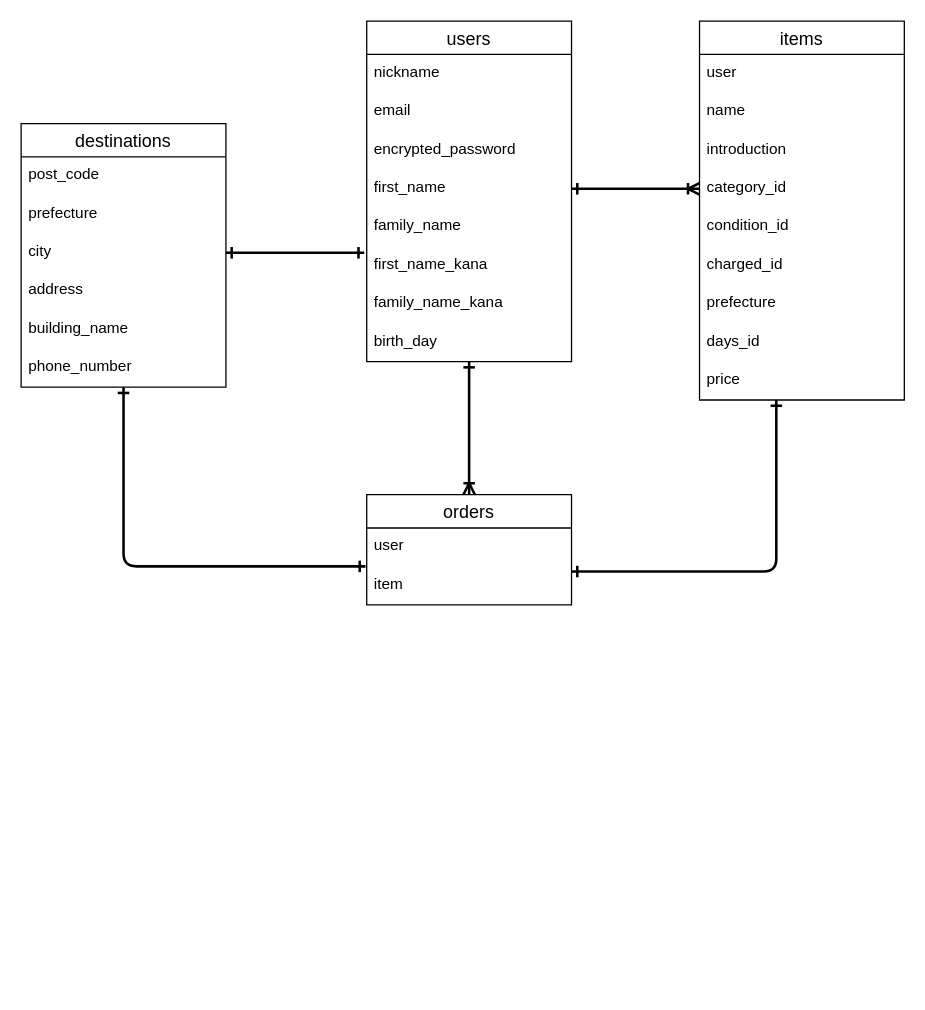
This is furima-39067.dio from nohohon1820/furima-39067, a draw.io file, before an edit. Source tidied: cells renumbered, new cells numbered last; positions are measured from the earlier drawing's top-left corner, leaving out a move shared by most shapes. Both pictures are drawn from the tidied source at 128%, with x=0, y=0 at pixel (20, 20).
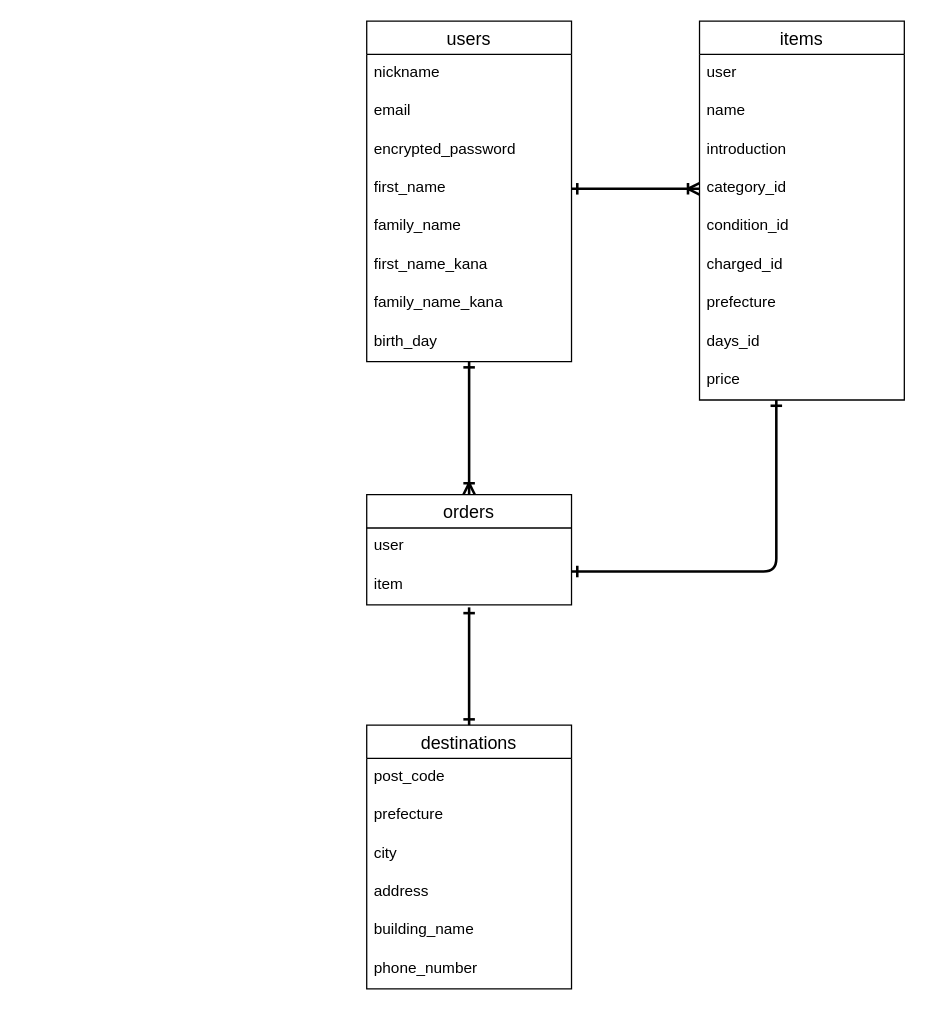
Above is the later version.

Commit message (it also covers changes not shown here):
データベース設計　修正４

The change refers to these unchanged cells:
```xml
<mxCell id="8" value="first_name_kana" style="text;strokeColor=none;fillColor=none;spacingLeft=4;spacingRight=4;overflow=hidden;points=[[0,0.5],[1,0.5]];portConstraint=eastwest;fontSize=12;" parent="2" vertex="1">
  <mxGeometry y="176" width="160" height="30" as="geometry" />
</mxCell>
<mxCell id="26" value="city" style="text;strokeColor=none;fillColor=none;spacingLeft=4;spacingRight=4;overflow=hidden;points=[[0,0.5],[1,0.5]];portConstraint=eastwest;fontSize=12;" parent="23" vertex="1">
  <mxGeometry y="86" width="160" height="30" as="geometry" />
</mxCell>
<mxCell id="33" value="item" style="text;strokeColor=none;fillColor=none;spacingLeft=4;spacingRight=4;overflow=hidden;points=[[0,0.5],[1,0.5]];portConstraint=eastwest;fontSize=12;" parent="31" vertex="1">
  <mxGeometry y="56" width="160" height="30" as="geometry" />
</mxCell>
```

Change to the diagram source:
```diff
@@
-    <mxCell id="22" style="edgeStyle=none;html=1;strokeWidth=2;startArrow=ERone;startFill=0;endArrow=ERone;endFill=0;exitX=-0.012;exitY=0.167;exitDx=0;exitDy=0;exitPerimeter=0;entryX=1;entryY=0.5;entryDx=0;entryDy=0;" parent="1" edge="1" source="8" target="26">
-      <mxGeometry relative="1" as="geometry" />
-    </mxCell>
     <mxCell id="23" value="destinations" style="swimlane;fontStyle=0;horizontal=1;startSize=26;align=center;fontSize=14;" parent="1" vertex="1">
-      <mxGeometry y="80" width="160" height="206" as="geometry" />
+      <mxGeometry x="270" y="550" width="160" height="206" as="geometry" />
     </mxCell>
@@
-    <mxCell id="35" style="edgeStyle=elbowEdgeStyle;fontSize=12;html=1;endArrow=ERone;endFill=1;strokeWidth=2;entryX=0.375;entryY=1;entryDx=0;entryDy=0;entryPerimeter=0;startArrow=ERone;startFill=0;exitX=-0.006;exitY=0;exitDx=0;exitDy=0;exitPerimeter=0;" parent="1" edge="1" source="33">
+    <mxCell id="35" style="edgeStyle=elbowEdgeStyle;fontSize=12;html=1;endArrow=ERone;endFill=1;strokeWidth=2;entryX=0.5;entryY=0;entryDx=0;entryDy=0;startArrow=ERone;startFill=0;exitX=0.5;exitY=1.067;exitDx=0;exitDy=0;exitPerimeter=0;" parent="1" edge="1" source="33" target="23">
       <mxGeometry relative="1" as="geometry">
-        <mxPoint x="80" y="286" as="targetPoint" />
         <Array as="points">
+          <mxPoint x="350" y="520" />
           <mxPoint x="80" y="426" />
         </Array>
       </mxGeometry>
     </mxCell>
```
